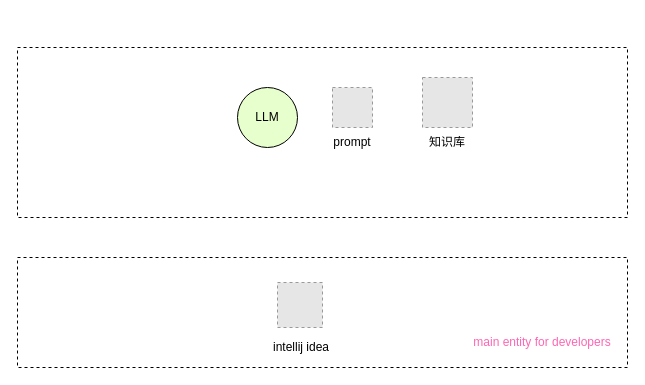
Above: 未命名绘图.drawio in yanghuijava/test (draw.io), before the change. Source tidied: cells renumbered, new cells numbered last; positions are measured from the earlier drawing's top-left corner, leaving out a move shared by most shapes. Both pictures are drawn from the tidied source at 100%, with x=0, y=0 at pixel (17, 47). Pictures stored in the file or linked from it are replaced by grey dashed boxes.
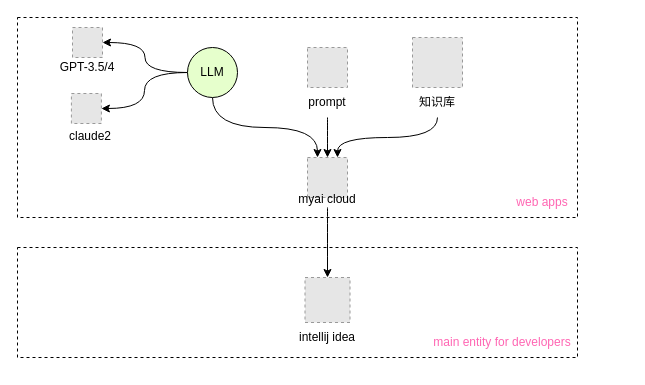
Above is the later version.

Commit message (it also covers changes not shown here):
更新未命名绘图.drawio

Unchanged cells that the change refers to:
```xml
<mxCell id="9" value="prompt" style="text;html=1;strokeColor=none;fillColor=none;align=center;verticalAlign=middle;whiteSpace=wrap;rounded=0;" parent="7" vertex="1">
  <mxGeometry y="40" width="60" height="30" as="geometry" />
</mxCell>
<mxCell id="12" value="知识库" style="text;html=1;strokeColor=none;fillColor=none;align=center;verticalAlign=middle;whiteSpace=wrap;rounded=0;" parent="10" vertex="1">
  <mxGeometry y="50" width="60" height="30" as="geometry" />
</mxCell>
```

Change to the diagram source:
```diff
@@
     <mxCell id="2" style="rounded=0;whiteSpace=wrap;html=1;dashed=1;" parent="1" vertex="1">
-      <mxGeometry y="210" width="610" height="110" as="geometry" />
+      <mxGeometry y="200" width="560" height="110" as="geometry" />
     </mxCell>
-    <mxCell id="3" style="fillColor=#E6E6E6;strokeColor=#999999;dashed=1;verticalLabelPosition=bottom;verticalAlign=top;" parent="1" vertex="1">
-      <mxGeometry x="260" y="235" width="45" height="45" as="geometry" />
-    </mxCell>
     <mxCell id="4" value="&lt;font color=&quot;#ff66b3&quot;&gt;main entity for developers&lt;/font&gt;" style="text;html=1;strokeColor=none;fillColor=none;align=center;verticalAlign=middle;whiteSpace=wrap;rounded=0;" parent="1" vertex="1">
-      <mxGeometry x="450" y="280" width="150" height="30" as="geometry" />
+      <mxGeometry x="410" y="280" width="150" height="30" as="geometry" />
     </mxCell>
-    <mxCell id="5" value="intellij idea" style="text;html=1;strokeColor=none;fillColor=none;align=center;verticalAlign=middle;whiteSpace=wrap;rounded=0;" parent="1" vertex="1">
-      <mxGeometry x="254" y="290" width="60" height="20" as="geometry" />
-    </mxCell>
     <mxCell id="6" style="rounded=0;whiteSpace=wrap;html=1;dashed=1;" parent="1" vertex="1">
-      <mxGeometry width="610" height="170" as="geometry" />
+      <mxGeometry y="-30" width="560" height="200" as="geometry" />
     </mxCell>
     <mxCell id="7" style="group;" parent="1" vertex="1">
-      <mxGeometry x="305" y="40" width="60" height="70" as="geometry" />
+      <mxGeometry x="280" width="60" height="70" as="geometry" />
     </mxCell>
@@
     <mxCell id="10" style="group;" parent="1" vertex="1">
-      <mxGeometry x="400" y="30" width="60" height="80" as="geometry" />
+      <mxGeometry x="390" y="-10" width="60" height="80" as="geometry" />
     </mxCell>
@@
+    <mxCell id="14" style="edgeStyle=orthogonalEdgeStyle;rounded=0;jettySize=auto;html=1;exitX=0;exitY=0.5;exitDx=0;exitDy=0;entryX=1;entryY=0.5;entryDx=0;entryDy=0;curved=1;" parent="1" edge="1" source="13" target="24">
+      <mxGeometry relative="1" as="geometry" />
+    </mxCell>
+    <mxCell id="15" style="edgeStyle=orthogonalEdgeStyle;rounded=0;jettySize=auto;html=1;exitX=0;exitY=0.5;exitDx=0;exitDy=0;entryX=1;entryY=0.5;entryDx=0;entryDy=0;curved=1;" parent="1" edge="1" source="13" target="21">
+      <mxGeometry relative="1" as="geometry" />
+    </mxCell>
+    <mxCell id="16" style="edgeStyle=orthogonalEdgeStyle;rounded=0;jettySize=auto;html=1;exitX=0.5;exitY=1;exitDx=0;exitDy=0;entryX=0.25;entryY=0;entryDx=0;entryDy=0;curved=1;" parent="1" edge="1" source="13" target="18">
+      <mxGeometry relative="1" as="geometry" />
+    </mxCell>
     <mxCell id="13" value="LLM" style="ellipse;whiteSpace=wrap;html=1;fillColor=#E6FFCC;" parent="1" vertex="1">
-      <mxGeometry x="220" y="40" width="60" height="60" as="geometry" />
+      <mxGeometry x="170" width="50" height="50" as="geometry" />
     </mxCell>
+    <mxCell id="17" style="group;" parent="1" vertex="1">
+      <mxGeometry x="280" y="110" width="60" height="50" as="geometry" />
+    </mxCell>
+    <mxCell id="18" style="fillColor=#E6E6E6;strokeColor=#999999;dashed=1;verticalLabelPosition=bottom;verticalAlign=top;" parent="17" vertex="1">
+      <mxGeometry x="10" width="40" height="40" as="geometry" />
+    </mxCell>
+    <mxCell id="19" value="myai cloud" style="text;html=1;strokeColor=none;fillColor=none;align=center;verticalAlign=middle;whiteSpace=wrap;rounded=0;" parent="17" vertex="1">
+      <mxGeometry y="33" width="60" height="17" as="geometry" />
+    </mxCell>
+    <mxCell id="20" style="group;" parent="1" vertex="1">
+      <mxGeometry x="43" y="46" width="60" height="50" as="geometry" />
+    </mxCell>
+    <mxCell id="21" style="fillColor=#E6E6E6;strokeColor=#999999;dashed=1;verticalLabelPosition=bottom;verticalAlign=top;" parent="20" vertex="1">
+      <mxGeometry x="10.9" width="30" height="30" as="geometry" />
+    </mxCell>
+    <mxCell id="22" value="claude2" style="text;html=1;strokeColor=none;fillColor=none;align=center;verticalAlign=middle;whiteSpace=wrap;rounded=0;" parent="20" vertex="1">
+      <mxGeometry y="35" width="60" height="15" as="geometry" />
+    </mxCell>
+    <mxCell id="23" style="group;" parent="1" vertex="1">
+      <mxGeometry x="40" y="-20" width="60" height="50" as="geometry" />
+    </mxCell>
+    <mxCell id="24" style="fillColor=#E6E6E6;strokeColor=#999999;dashed=1;verticalLabelPosition=bottom;verticalAlign=top;" parent="23" vertex="1">
+      <mxGeometry x="15" width="30" height="30" as="geometry" />
+    </mxCell>
+    <mxCell id="25" value="GPT-3.5/4" style="text;html=1;strokeColor=none;fillColor=none;align=center;verticalAlign=middle;whiteSpace=wrap;rounded=0;" parent="23" vertex="1">
+      <mxGeometry y="30" width="60" height="20" as="geometry" />
+    </mxCell>
+    <mxCell id="26" style="edgeStyle=orthogonalEdgeStyle;rounded=0;jettySize=auto;html=1;exitX=0.5;exitY=1;exitDx=0;exitDy=0;entryX=0.5;entryY=0;entryDx=0;entryDy=0;curved=1;" parent="1" edge="1" source="9" target="18">
+      <mxGeometry relative="1" as="geometry" />
+    </mxCell>
+    <mxCell id="27" style="edgeStyle=orthogonalEdgeStyle;rounded=0;jettySize=auto;html=1;exitX=0.5;exitY=1;exitDx=0;exitDy=0;entryX=0.75;entryY=0;entryDx=0;entryDy=0;curved=1;" parent="1" edge="1" source="12" target="18">
+      <mxGeometry relative="1" as="geometry" />
+    </mxCell>
+    <mxCell id="28" style="group;" parent="1" vertex="1">
+      <mxGeometry x="280" y="230" width="60" height="70" as="geometry" />
+    </mxCell>
+    <mxCell id="3" style="fillColor=#E6E6E6;strokeColor=#999999;dashed=1;verticalLabelPosition=bottom;verticalAlign=top;" parent="28" vertex="1">
+      <mxGeometry x="7.5" width="45" height="45" as="geometry" />
+    </mxCell>
+    <mxCell id="5" value="intellij idea" style="text;html=1;strokeColor=none;fillColor=none;align=center;verticalAlign=middle;whiteSpace=wrap;rounded=0;" parent="28" vertex="1">
+      <mxGeometry y="50" width="60" height="20" as="geometry" />
+    </mxCell>
+    <mxCell id="29" value="&lt;font color=&quot;#ff66b3&quot;&gt;web apps&lt;/font&gt;" style="text;html=1;strokeColor=none;fillColor=none;align=center;verticalAlign=middle;whiteSpace=wrap;rounded=0;" parent="1" vertex="1">
+      <mxGeometry x="490" y="140" width="70" height="30" as="geometry" />
+    </mxCell>
+    <mxCell id="30" style="edgeStyle=orthogonalEdgeStyle;rounded=0;jettySize=auto;html=1;exitX=0.5;exitY=1;exitDx=0;exitDy=0;entryX=0.5;entryY=0;entryDx=0;entryDy=0;curved=1;" parent="1" edge="1" source="19" target="3">
+      <mxGeometry relative="1" as="geometry" />
+    </mxCell>
```
